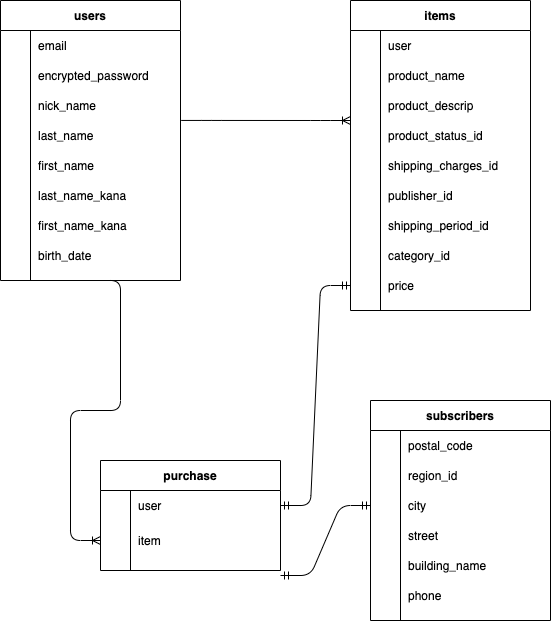
The draw.io diagram ER.png in komadorihouse/furima-35680, before a commit. Source tidied: cells renumbered, new cells last; positions are measured from the earlier drawing's top-left corner, leaving out a move shared by most shapes.
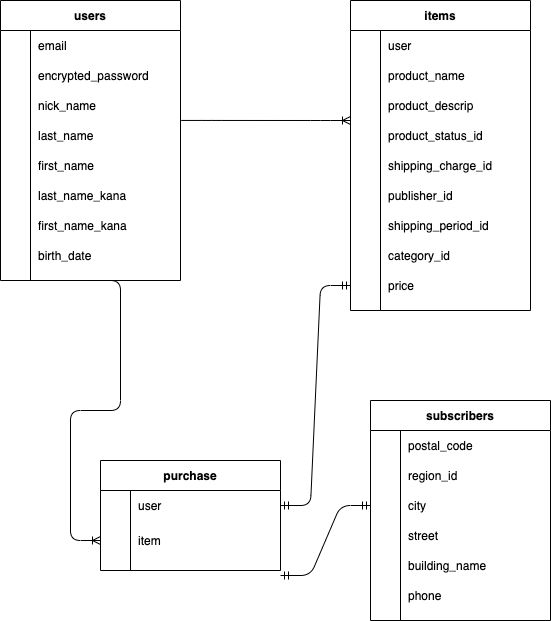
The same file after the commit.

The edit, as a diff of the source:
```diff
@@ -122,7 +122,7 @@
     <mxCell id="41" style="shape=partialRectangle;fillColor=none;top=0;left=0;bottom=0;right=0;overflow=hidden;" parent="40" vertex="1">
       <mxGeometry width="30" height="30" as="geometry" />
     </mxCell>
-    <mxCell id="42" value="shipping_charges_id" style="shape=partialRectangle;fillColor=none;top=0;left=0;bottom=0;right=0;align=left;spacingLeft=6;overflow=hidden;" parent="40" vertex="1">
+    <mxCell id="42" value="shipping_charge_id" style="shape=partialRectangle;fillColor=none;top=0;left=0;bottom=0;right=0;align=left;spacingLeft=6;overflow=hidden;" parent="40" vertex="1">
       <mxGeometry x="30" width="150" height="30" as="geometry" />
     </mxCell>
     <mxCell id="43" style="shape=partialRectangle;fillColor=none;top=0;left=0;bottom=0;right=0;" parent="27" vertex="1">
```
